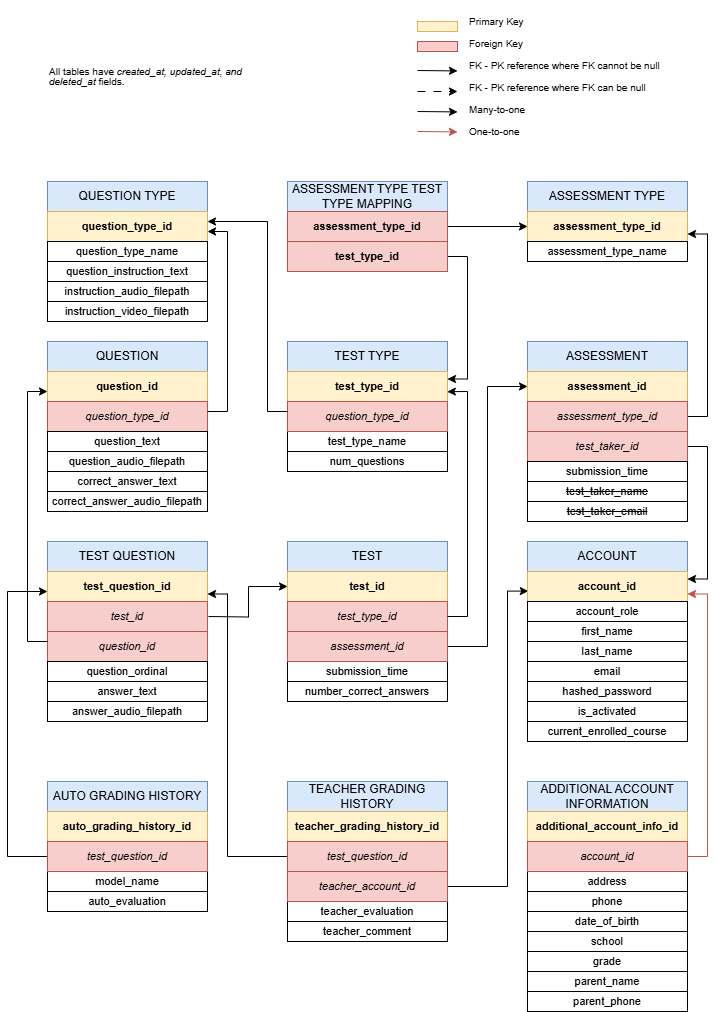
This is DB tables diagram.png from Halifax-Learning/documentation, a draw.io export, as it was before one commit. Source tidied: cells renumbered, new cells last; positions are measured from the earlier drawing's top-left corner, leaving out a move shared by most shapes.
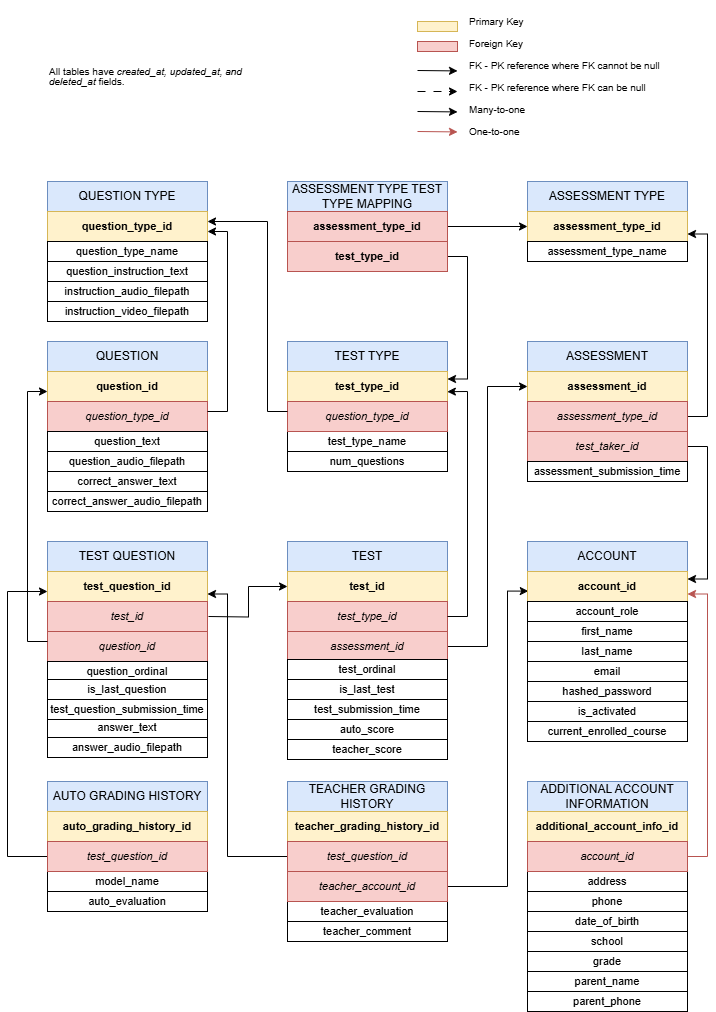
The same file after the commit.

Change to the diagram source:
```diff
@@ -53,7 +53,7 @@
       <mxGeometry x="40" y="620" width="160" height="30" as="geometry" />
     </mxCell>
     <mxCell id="18" value="answer_audio_filepath" style="rounded=0;whiteSpace=wrap;html=1;fontSize=11;" parent="1" vertex="1">
-      <mxGeometry x="40" y="690" width="160" height="20" as="geometry" />
+      <mxGeometry x="40" y="726" width="160" height="20" as="geometry" />
     </mxCell>
     <mxCell id="19" value="&lt;font style=&quot;font-size: 11px;&quot;&gt;teacher_evaluation&lt;/font&gt;" style="rounded=0;whiteSpace=wrap;html=1;fontSize=11;" parent="1" vertex="1">
       <mxGeometry x="280" y="890" width="160" height="20" as="geometry" />
@@ -92,17 +92,11 @@
     <mxCell id="27" value="&lt;i style=&quot;font-size: 11px;&quot;&gt;test_taker_id&lt;/i&gt;" style="rounded=0;whiteSpace=wrap;html=1;fontSize=11;fillColor=#f8cecc;strokeColor=#b85450;" parent="1" vertex="1">
       <mxGeometry x="520" y="420" width="160" height="30" as="geometry" />
     </mxCell>
-    <mxCell id="28" value="&lt;strike&gt;test_taker_name&lt;/strike&gt;" style="rounded=0;whiteSpace=wrap;html=1;fontSize=11;fontStyle=0;" parent="1" vertex="1">
-      <mxGeometry x="520" y="470" width="160" height="20" as="geometry" />
-    </mxCell>
-    <mxCell id="29" value="&lt;font style=&quot;font-size: 11px;&quot;&gt;&lt;strike&gt;test_taker_email&lt;/strike&gt;&lt;/font&gt;" style="rounded=0;whiteSpace=wrap;html=1;fontSize=11;" parent="1" vertex="1">
-      <mxGeometry x="520" y="490" width="160" height="20" as="geometry" />
-    </mxCell>
-    <mxCell id="30" value="&lt;span style=&quot;font-size: 11px;&quot;&gt;submission_time&lt;/span&gt;" style="rounded=0;whiteSpace=wrap;html=1;fontSize=11;" parent="1" vertex="1">
-      <mxGeometry x="280" y="650" width="160" height="20" as="geometry" />
+    <mxCell id="30" value="&lt;span style=&quot;font-size: 11px;&quot;&gt;test_submission_time&lt;/span&gt;" style="rounded=0;whiteSpace=wrap;html=1;fontSize=11;" parent="1" vertex="1">
+      <mxGeometry x="280" y="688" width="160" height="20" as="geometry" />
     </mxCell>
-    <mxCell id="31" value="&lt;span style=&quot;font-size: 11px;&quot;&gt;number_correct_answers&lt;/span&gt;" style="rounded=0;whiteSpace=wrap;html=1;fontSize=11;" parent="1" vertex="1">
-      <mxGeometry x="280" y="670" width="160" height="20" as="geometry" />
+    <mxCell id="31" value="&lt;span style=&quot;font-size: 11px;&quot;&gt;auto_score&lt;/span&gt;" style="rounded=0;whiteSpace=wrap;html=1;fontSize=11;" parent="1" vertex="1">
+      <mxGeometry x="280" y="708" width="160" height="20" as="geometry" />
     </mxCell>
     <mxCell id="32" value="ACCOUNT" style="rounded=0;whiteSpace=wrap;html=1;fillColor=#dae8fc;strokeColor=#6c8ebf;fontSize=12;" parent="1" vertex="1">
       <mxGeometry x="520" y="530" width="160" height="30" as="geometry" />
@@ -190,7 +184,7 @@
       <mxGeometry x="410" y="30" width="40" height="10" as="geometry" />
     </mxCell>
     <mxCell id="52" value="answer_text" style="rounded=0;whiteSpace=wrap;html=1;fontSize=11;" parent="1" vertex="1">
-      <mxGeometry x="40" y="670" width="160" height="20" as="geometry" />
+      <mxGeometry x="40" y="706" width="160" height="20" as="geometry" />
     </mxCell>
     <mxCell id="53" value="&lt;font style=&quot;font-size: 11px;&quot;&gt;correct_answer_audio_filepath&lt;/font&gt;" style="rounded=0;whiteSpace=wrap;html=1;fontSize=11;" parent="1" vertex="1">
       <mxGeometry x="40" y="480" width="160" height="20" as="geometry" />
@@ -343,7 +337,7 @@
     <mxCell id="94" value="&lt;i style=&quot;font-size: 11px;&quot;&gt;assessment_id&lt;/i&gt;" style="rounded=0;whiteSpace=wrap;html=1;fontSize=11;fillColor=#f8cecc;strokeColor=#b85450;" parent="1" vertex="1">
       <mxGeometry x="280" y="620" width="160" height="30" as="geometry" />
     </mxCell>
-    <mxCell id="95" value="&lt;span style=&quot;font-size: 11px;&quot;&gt;submission_time&lt;/span&gt;" style="rounded=0;whiteSpace=wrap;html=1;fontSize=11;" parent="1" vertex="1">
+    <mxCell id="95" value="&lt;span style=&quot;font-size: 11px;&quot;&gt;assessment_submission_time&lt;/span&gt;" style="rounded=0;whiteSpace=wrap;html=1;fontSize=11;" parent="1" vertex="1">
       <mxGeometry x="520" y="450" width="160" height="20" as="geometry" />
     </mxCell>
     <mxCell id="96" value="question_ordinal" style="rounded=0;whiteSpace=wrap;html=1;fontSize=11;" parent="1" vertex="1">
@@ -352,5 +346,20 @@
     <mxCell id="97" value="instruction_video_filepath" style="rounded=0;whiteSpace=wrap;html=1;fontSize=11;" parent="1" vertex="1">
       <mxGeometry x="40" y="290" width="160" height="20" as="geometry" />
     </mxCell>
+    <mxCell id="98" value="&lt;span style=&quot;font-size: 11px;&quot;&gt;test_ordinal&lt;/span&gt;" style="rounded=0;whiteSpace=wrap;html=1;fontSize=11;" parent="1" vertex="1">
+      <mxGeometry x="280" y="648" width="160" height="20" as="geometry" />
+    </mxCell>
+    <mxCell id="99" value="&lt;span style=&quot;font-size: 11px;&quot;&gt;teacher_score&lt;/span&gt;" style="rounded=0;whiteSpace=wrap;html=1;fontSize=11;" parent="1" vertex="1">
+      <mxGeometry x="280" y="728" width="160" height="20" as="geometry" />
+    </mxCell>
+    <mxCell id="100" value="test_question_submission_time" style="rounded=0;whiteSpace=wrap;html=1;fontSize=11;" parent="1" vertex="1">
+      <mxGeometry x="40" y="688" width="160" height="20" as="geometry" />
+    </mxCell>
+    <mxCell id="101" value="is_last_test" style="rounded=0;whiteSpace=wrap;html=1;fontSize=11;" parent="1" vertex="1">
+      <mxGeometry x="280" y="668" width="160" height="20" as="geometry" />
+    </mxCell>
+    <mxCell id="102" value="is_last_question" style="rounded=0;whiteSpace=wrap;html=1;fontSize=11;" parent="1" vertex="1">
+      <mxGeometry x="40" y="668" width="160" height="20" as="geometry" />
+    </mxCell>
   </root>
 </mxGraphModel>
```
